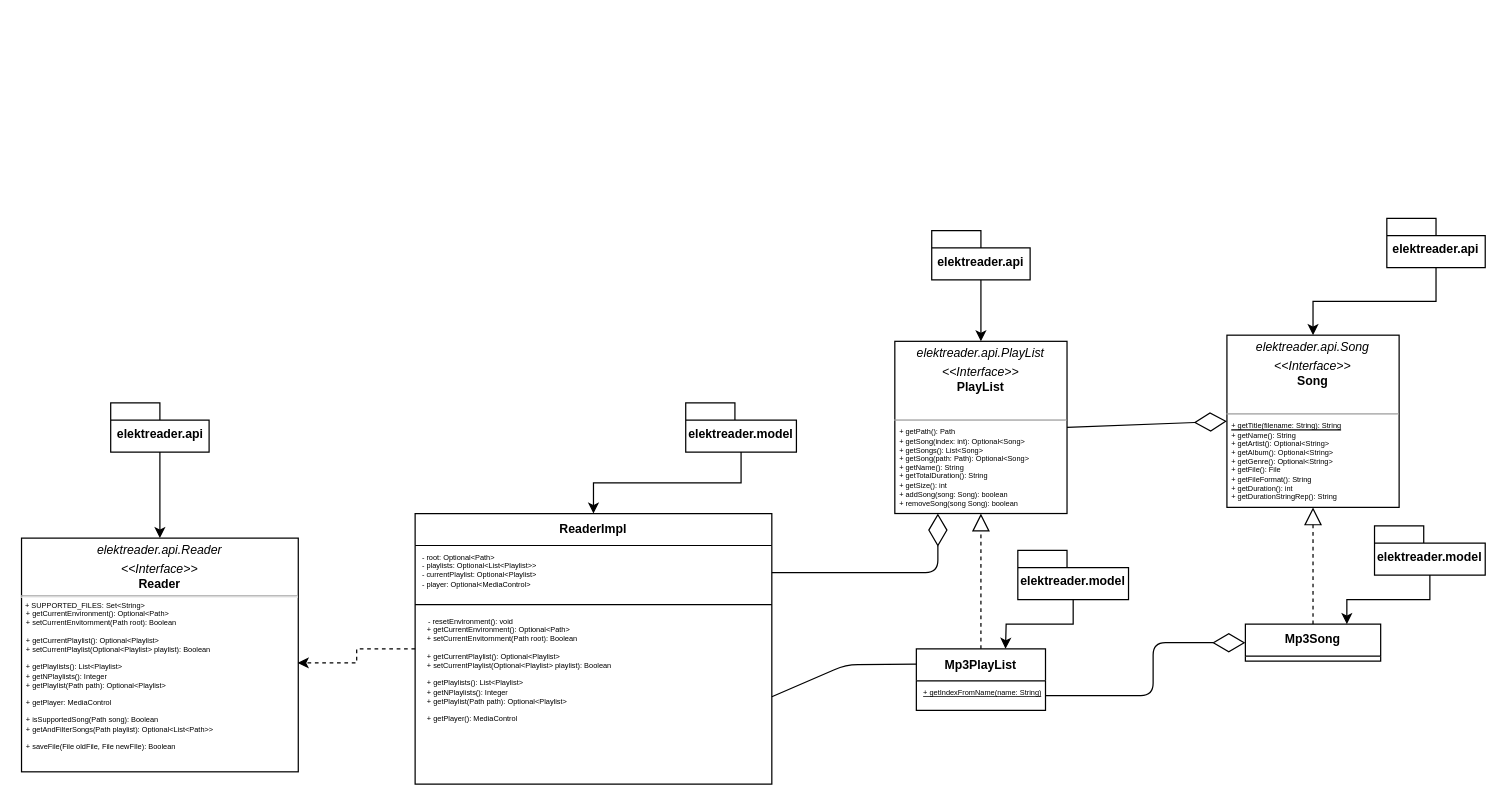
Above: UMLDiagram.drawio in pallax03/OOP23-ElektReader (draw.io), before the change. Source tidied: cells renumbered, new cells numbered last; positions are measured from the earlier drawing's top-left corner, leaving out a move shared by most shapes. Both pictures are drawn from the tidied source at 123%, with x=0, y=0 at pixel (21, 218).
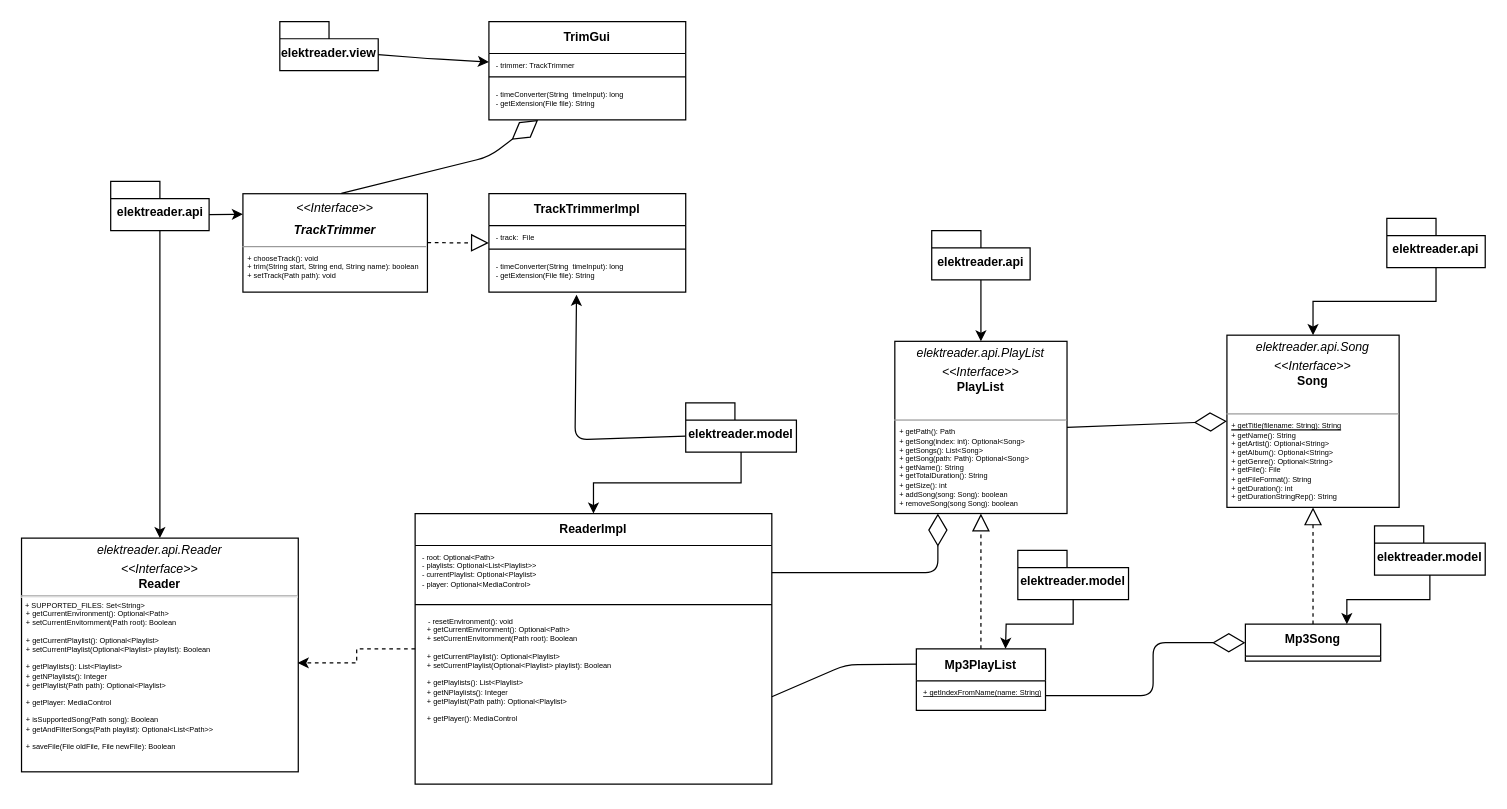
The same diagram, later.

Commit message:
Added TrackTrimmer UML

The change refers to these unchanged cells:
```xml
<mxCell id="6" value="&lt;font style=&quot;font-size: 10px;&quot;&gt;elektreader.model&lt;/font&gt;" style="shape=folder;fontStyle=1;spacingTop=10;tabWidth=40;tabHeight=14;tabPosition=left;html=1;whiteSpace=wrap;fontSize=8;" parent="1" vertex="1">
  <mxGeometry x="540" y="150" width="90" height="40" as="geometry" />
</mxCell>
```

What changed in the source:
```diff
@@
+    <mxCell id="31" style="edgeStyle=none;html=1;exitX=0;exitY=0;exitDx=80;exitDy=27;exitPerimeter=0;entryX=0;entryY=0.208;entryDx=0;entryDy=0;entryPerimeter=0;fontSize=10;" parent="1" edge="1" source="4" target="33">
+      <mxGeometry relative="1" as="geometry" />
+    </mxCell>
     <mxCell id="4" value="elektreader.api" style="shape=folder;fontStyle=1;spacingTop=10;tabWidth=40;tabHeight=14;tabPosition=left;html=1;whiteSpace=wrap;fontSize=10;" parent="1" vertex="1">
-      <mxGeometry x="72.5" y="150" width="80" height="40" as="geometry" />
+      <mxGeometry x="72.5" y="-30" width="80" height="40" as="geometry" />
     </mxCell>
@@
+    <mxCell id="32" style="edgeStyle=none;html=1;exitX=0;exitY=0;exitDx=0;exitDy=27;exitPerimeter=0;fontSize=10;entryX=0.445;entryY=1.071;entryDx=0;entryDy=0;entryPerimeter=0;" parent="1" edge="1" source="6" target="37">
+      <mxGeometry relative="1" as="geometry">
+        <Array as="points">
+          <mxPoint x="450" y="180" />
+        </Array>
+      </mxGeometry>
+    </mxCell>
@@
+    <mxCell id="33" value="&lt;p style=&quot;margin:0px;margin-top:4px;text-align:center;&quot;&gt;&lt;font style=&quot;font-size: 10px;&quot;&gt;&lt;i&gt;&amp;lt;&amp;lt;Interface&amp;gt;&amp;gt;&lt;/i&gt;&lt;br&gt;&lt;/font&gt;&lt;/p&gt;&lt;p style=&quot;margin:0px;margin-top:4px;text-align:center;&quot;&gt;&lt;span style=&quot;font-size: 10px;&quot;&gt;&lt;b&gt;&lt;i&gt;TrackTrimmer&lt;/i&gt;&lt;/b&gt;&lt;/span&gt;&lt;/p&gt;&lt;hr size=&quot;1&quot;&gt;&lt;p style=&quot;margin: 0px 0px 0px 4px; font-size: 6px;&quot;&gt;+ chooseTrack(): void&lt;br&gt;+ trim(String start, String end, String name): boolean&lt;/p&gt;&lt;p style=&quot;margin: 0px 0px 0px 4px; font-size: 6px;&quot;&gt;+ setTrack(Path path): void&lt;/p&gt;" style="verticalAlign=top;align=left;overflow=fill;fontSize=12;fontFamily=Helvetica;html=1;" parent="1" vertex="1">
+      <mxGeometry x="180" y="-20" width="150" height="80" as="geometry" />
+    </mxCell>
+    <mxCell id="34" value="TrackTrimmerImpl" style="swimlane;fontStyle=1;align=center;verticalAlign=top;horizontal=1;startSize=26;fontSize=10;" parent="1" vertex="1">
+      <mxGeometry x="380" y="-20" width="160" height="80" as="geometry" />
+    </mxCell>
+    <mxCell id="35" value="- track:  File" style="text;strokeColor=none;fillColor=none;align=left;verticalAlign=top;spacingLeft=4;spacingRight=4;overflow=hidden;fontSize=6;" parent="34" vertex="1">
+      <mxGeometry y="26" width="160" height="14" as="geometry" />
+    </mxCell>
+    <mxCell id="36" style="line;strokeWidth=1;fillColor=none;align=left;verticalAlign=middle;spacingTop=-1;spacingLeft=3;spacingRight=3;labelPosition=right;strokeColor=inherit;fontSize=6;" parent="34" vertex="1">
+      <mxGeometry y="40" width="160" height="10" as="geometry" />
+    </mxCell>
+    <mxCell id="37" value="- timeConverter(String  timeInput): long&#10;- getExtension(File file): String" style="text;strokeColor=none;fillColor=none;align=left;verticalAlign=top;spacingLeft=4;spacingRight=4;overflow=hidden;points=[[0,0.5],[1,0.5]];portConstraint=eastwest;fontSize=6;" parent="34" vertex="1">
+      <mxGeometry y="50" width="160" height="30" as="geometry" />
+    </mxCell>
+    <mxCell id="38" style="endArrow=block;dashed=1;endFill=0;endSize=12;html=1;fontSize=10;" parent="1" edge="1">
+      <mxGeometry relative="1" as="geometry">
+        <mxPoint x="330" y="19.8" as="sourcePoint" />
+        <mxPoint x="380" y="20" as="targetPoint" />
+      </mxGeometry>
+    </mxCell>
+    <mxCell id="39" value="elektreader.view" style="shape=folder;fontStyle=1;spacingTop=10;tabWidth=40;tabHeight=14;tabPosition=left;html=1;whiteSpace=wrap;fontSize=10;" parent="1" vertex="1">
+      <mxGeometry x="210" y="-160" width="80" height="40" as="geometry" />
+    </mxCell>
+    <mxCell id="40" value="TrimGui" style="swimlane;fontStyle=1;align=center;verticalAlign=top;horizontal=1;startSize=26;fontSize=10;" parent="1" vertex="1">
+      <mxGeometry x="380" y="-160" width="160" height="80" as="geometry" />
+    </mxCell>
+    <mxCell id="41" value="- trimmer: TrackTrimmer" style="text;strokeColor=none;fillColor=none;align=left;verticalAlign=top;spacingLeft=4;spacingRight=4;overflow=hidden;points=[[0,0.5],[1,0.5]];portConstraint=eastwest;fontSize=6;" parent="40" vertex="1">
+      <mxGeometry y="26" width="160" height="14" as="geometry" />
+    </mxCell>
+    <mxCell id="42" style="line;strokeWidth=1;fillColor=none;align=left;verticalAlign=middle;spacingTop=-1;spacingLeft=3;spacingRight=3;labelPosition=right;strokeColor=inherit;fontSize=6;" parent="40" vertex="1">
+      <mxGeometry y="40" width="160" height="10" as="geometry" />
+    </mxCell>
+    <mxCell id="43" value="- timeConverter(String  timeInput): long&#10;- getExtension(File file): String" style="text;strokeColor=none;fillColor=none;align=left;verticalAlign=top;spacingLeft=4;spacingRight=4;overflow=hidden;points=[[0,0.5],[1,0.5]];portConstraint=eastwest;fontSize=6;" parent="40" vertex="1">
+      <mxGeometry y="50" width="160" height="30" as="geometry" />
+    </mxCell>
+    <mxCell id="44" style="endArrow=diamondThin;endFill=0;endSize=24;html=1;fontSize=10;entryX=0.25;entryY=1;entryDx=0;entryDy=0;entryPerimeter=0;" parent="1" edge="1" target="43">
+      <mxGeometry relative="1" as="geometry">
+        <mxPoint x="260" y="-20.3" as="sourcePoint" />
+        <Array as="points">
+          <mxPoint x="380" y="-50" />
+        </Array>
+      </mxGeometry>
+    </mxCell>
+    <mxCell id="45" style="edgeStyle=none;html=1;exitX=0;exitY=0;exitDx=80;exitDy=27;exitPerimeter=0;entryX=0;entryY=0.5;entryDx=0;entryDy=0;fontSize=10;" parent="1" edge="1" source="39" target="41">
+      <mxGeometry relative="1" as="geometry">
+        <Array as="points">
+          <mxPoint x="330" y="-130" />
+        </Array>
+      </mxGeometry>
+    </mxCell>
```
